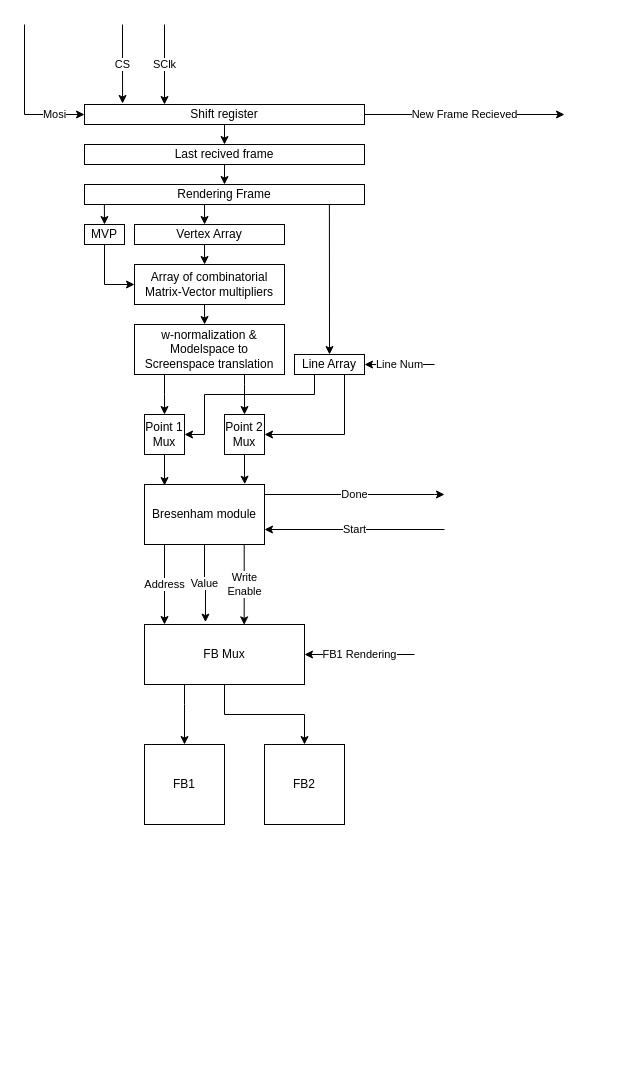
halworsen/tdt4295-grafikk keeps this draw.io diagram as fpga/Untitled Diagram.drawio. Above is the earlier version. Source tidied: cells renumbered, new cells numbered last; positions are measured from the earlier drawing's top-left corner, leaving out a move shared by most shapes. Both pictures are drawn from the tidied source at 100%, with x=0, y=0 at pixel (24, 24).
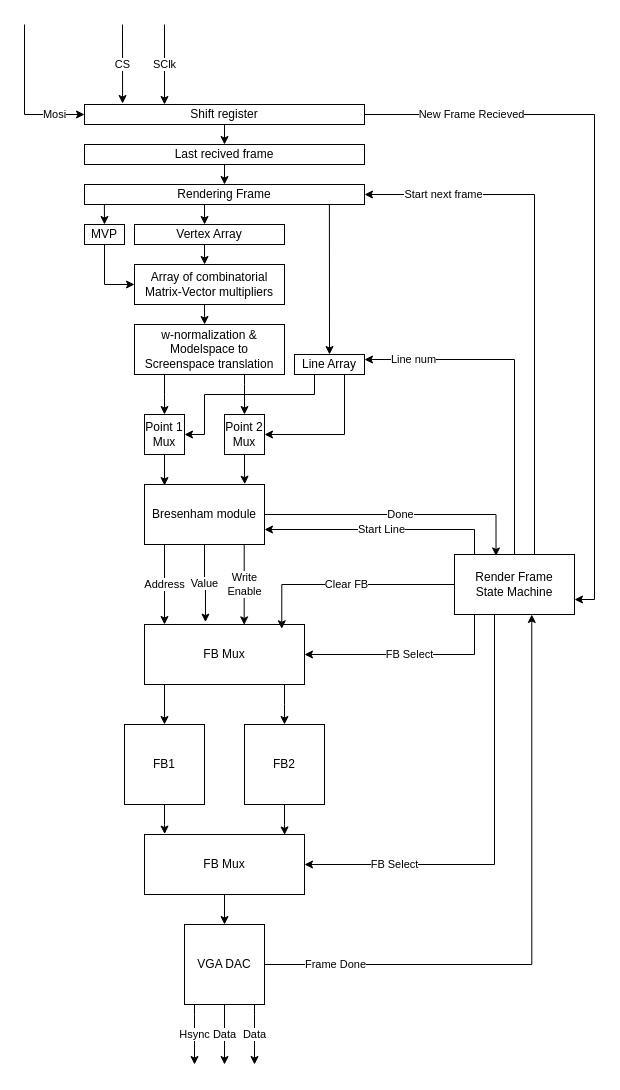
After the change.

Commit message:
First draft finished

The change refers to these unchanged cells:
```xml
<mxCell id="3" value="Shift register" style="rounded=0;whiteSpace=wrap;html=1;" parent="1" vertex="1">
  <mxGeometry x="60" y="80" width="280" height="20" as="geometry" />
</mxCell>
<mxCell id="10" value="Rendering Frame" style="rounded=0;whiteSpace=wrap;html=1;" parent="1" vertex="1">
  <mxGeometry x="60" y="160" width="280" height="20" as="geometry" />
</mxCell>
<mxCell id="16" value="Line Array" style="rounded=0;whiteSpace=wrap;html=1;" parent="1" vertex="1">
  <mxGeometry x="270" y="330" width="70" height="20" as="geometry" />
</mxCell>
<mxCell id="37" value="Bresenham module" style="rounded=0;whiteSpace=wrap;html=1;" parent="1" vertex="1">
  <mxGeometry x="120" y="460" width="120" height="60" as="geometry" />
</mxCell>
<mxCell id="40" value="FB Mux" style="rounded=0;whiteSpace=wrap;html=1;" parent="1" vertex="1">
  <mxGeometry x="120" y="600" width="160" height="60" as="geometry" />
</mxCell>
```

The edit, as a diff of the source:
```diff
@@
-    <mxCell id="2" value="&lt;div&gt;New Frame Recieved&lt;/div&gt;" style="edgeStyle=orthogonalEdgeStyle;rounded=0;jettySize=auto;html=1;" parent="1" edge="1" source="3">
-      <mxGeometry relative="1" as="geometry">
-        <mxPoint x="540" y="90" as="targetPoint" />
-      </mxGeometry>
+    <mxCell id="2" value="New Frame Recieved" style="edgeStyle=orthogonalEdgeStyle;rounded=0;jettySize=auto;html=1;entryX=1;entryY=0.75;entryDx=0;entryDy=0;" parent="1" edge="1" source="3" target="60">
+      <mxGeometry x="-0.71" relative="1" as="geometry" />
     </mxCell>
@@
-    <mxCell id="28" value="Line Num" style="endArrow=classic;html=1;rounded=0;entryX=1;entryY=0.5;entryDx=0;entryDy=0;" parent="1" edge="1" target="16">
-      <mxGeometry relative="1" as="geometry">
-        <mxPoint x="410" y="340" as="sourcePoint" />
-      </mxGeometry>
-    </mxCell>
@@
-    <mxCell id="33" value="&lt;div&gt;Done&lt;/div&gt;" style="edgeStyle=orthogonalEdgeStyle;rounded=0;jettySize=auto;html=1;" parent="1" edge="1" source="37">
-      <mxGeometry relative="1" as="geometry">
-        <mxPoint x="420" y="470" as="targetPoint" />
-        <Array as="points">
-          <mxPoint x="410" y="470" />
-        </Array>
-      </mxGeometry>
-    </mxCell>
@@
+    <mxCell id="33" value="Done" style="edgeStyle=orthogonalEdgeStyle;rounded=0;jettySize=auto;html=1;entryX=0.346;entryY=0.024;entryDx=0;entryDy=0;entryPerimeter=0;" parent="1" edge="1" source="37" target="60">
+      <mxGeometry relative="1" as="geometry" />
+    </mxCell>
@@
     <mxCell id="38" style="edgeStyle=orthogonalEdgeStyle;rounded=0;jettySize=auto;html=1;entryX=0.5;entryY=0;entryDx=0;entryDy=0;" parent="1" edge="1" source="40" target="42">
       <mxGeometry relative="1" as="geometry">
         <Array as="points">
-          <mxPoint x="160" y="680" />
-          <mxPoint x="160" y="680" />
+          <mxPoint x="140" y="700" />
+          <mxPoint x="140" y="700" />
         </Array>
       </mxGeometry>
     </mxCell>
     <mxCell id="39" style="edgeStyle=orthogonalEdgeStyle;rounded=0;jettySize=auto;html=1;entryX=0.5;entryY=0;entryDx=0;entryDy=0;" parent="1" edge="1" source="40" target="43">
       <mxGeometry relative="1" as="geometry">
         <Array as="points">
-          <mxPoint x="200" y="690" />
-          <mxPoint x="280" y="690" />
+          <mxPoint x="260" y="680" />
+          <mxPoint x="260" y="680" />
         </Array>
       </mxGeometry>
     </mxCell>
@@
-    <mxCell id="41" value="Start" style="endArrow=classic;html=1;rounded=0;entryX=1;entryY=0.75;entryDx=0;entryDy=0;" parent="1" edge="1" target="37">
-      <mxGeometry relative="1" as="geometry">
-        <mxPoint x="420" y="505" as="sourcePoint" />
-      </mxGeometry>
-    </mxCell>
+    <mxCell id="45" style="edgeStyle=orthogonalEdgeStyle;rounded=0;jettySize=auto;html=1;entryX=0.126;entryY=-0.007;entryDx=0;entryDy=0;entryPerimeter=0;" parent="1" edge="1" source="42" target="48">
+      <mxGeometry relative="1" as="geometry" />
+    </mxCell>
     <mxCell id="42" value="FB1" style="rounded=0;whiteSpace=wrap;html=1;" parent="1" vertex="1">
-      <mxGeometry x="120" y="720" width="80" height="80" as="geometry" />
+      <mxGeometry x="100" y="700" width="80" height="80" as="geometry" />
     </mxCell>
+    <mxCell id="46" style="edgeStyle=orthogonalEdgeStyle;rounded=0;jettySize=auto;html=1;entryX=0.876;entryY=0.007;entryDx=0;entryDy=0;entryPerimeter=0;" parent="1" edge="1" source="43" target="48">
+      <mxGeometry relative="1" as="geometry" />
+    </mxCell>
     <mxCell id="43" value="&lt;div&gt;FB2&lt;/div&gt;" style="rounded=0;whiteSpace=wrap;html=1;" parent="1" vertex="1">
-      <mxGeometry x="240" y="720" width="80" height="80" as="geometry" />
+      <mxGeometry x="220" y="700" width="80" height="80" as="geometry" />
     </mxCell>
-    <mxCell id="44" value="FB1 Rendering" style="endArrow=classic;html=1;rounded=0;entryX=1;entryY=0.5;entryDx=0;entryDy=0;" parent="1" edge="1" target="40">
-      <mxGeometry relative="1" as="geometry">
-        <mxPoint x="390" y="630" as="sourcePoint" />
-      </mxGeometry>
-    </mxCell>
+    <mxCell id="47" style="edgeStyle=orthogonalEdgeStyle;rounded=0;jettySize=auto;html=1;entryX=0.5;entryY=0;entryDx=0;entryDy=0;" parent="1" edge="1" source="48" target="53">
+      <mxGeometry relative="1" as="geometry" />
+    </mxCell>
+    <mxCell id="48" value="FB Mux" style="rounded=0;whiteSpace=wrap;html=1;" parent="1" vertex="1">
+      <mxGeometry x="120" y="810" width="160" height="60" as="geometry" />
+    </mxCell>
+    <mxCell id="49" value="Frame Done" style="edgeStyle=orthogonalEdgeStyle;rounded=0;jettySize=auto;html=1;entryX=0.644;entryY=1;entryDx=0;entryDy=0;entryPerimeter=0;" parent="1" edge="1" source="53" target="60">
+      <mxGeometry x="-0.77" relative="1" as="geometry" />
+    </mxCell>
+    <mxCell id="50" value="Hsync" style="edgeStyle=orthogonalEdgeStyle;rounded=0;jettySize=auto;html=1;" parent="1" edge="1" source="53">
+      <mxGeometry relative="1" as="geometry">
+        <mxPoint x="170" y="1040" as="targetPoint" />
+        <Array as="points">
+          <mxPoint x="170" y="990" />
+          <mxPoint x="170" y="990" />
+        </Array>
+      </mxGeometry>
+    </mxCell>
+    <mxCell id="51" value="Data" style="edgeStyle=orthogonalEdgeStyle;rounded=0;jettySize=auto;html=1;" parent="1" edge="1" source="53">
+      <mxGeometry relative="1" as="geometry">
+        <mxPoint x="200" y="1040" as="targetPoint" />
+      </mxGeometry>
+    </mxCell>
+    <mxCell id="52" value="Data" style="edgeStyle=orthogonalEdgeStyle;rounded=0;jettySize=auto;html=1;" parent="1" edge="1" source="53">
+      <mxGeometry relative="1" as="geometry">
+        <mxPoint x="230" y="1040" as="targetPoint" />
+        <Array as="points">
+          <mxPoint x="230" y="990" />
+          <mxPoint x="230" y="990" />
+        </Array>
+      </mxGeometry>
+    </mxCell>
+    <mxCell id="53" value="VGA DAC" style="whiteSpace=wrap;html=1;" parent="1" vertex="1">
+      <mxGeometry x="160" y="900" width="80" height="80" as="geometry" />
+    </mxCell>
+    <mxCell id="54" value="Clear FB" style="edgeStyle=orthogonalEdgeStyle;rounded=0;jettySize=auto;html=1;entryX=0.858;entryY=0.071;entryDx=0;entryDy=0;entryPerimeter=0;" parent="1" edge="1" source="60" target="40">
+      <mxGeometry relative="1" as="geometry" />
+    </mxCell>
+    <mxCell id="55" value="Start Line" style="edgeStyle=orthogonalEdgeStyle;rounded=0;jettySize=auto;html=1;entryX=1;entryY=0.75;entryDx=0;entryDy=0;" parent="1" edge="1" source="60" target="37">
+      <mxGeometry relative="1" as="geometry">
+        <Array as="points">
+          <mxPoint x="450" y="505" />
+        </Array>
+      </mxGeometry>
+    </mxCell>
+    <mxCell id="56" value="Line num" style="edgeStyle=orthogonalEdgeStyle;rounded=0;jettySize=auto;html=1;entryX=1;entryY=0.25;entryDx=0;entryDy=0;" parent="1" edge="1" source="60" target="16">
+      <mxGeometry x="0.71" relative="1" as="geometry">
+        <Array as="points">
+          <mxPoint x="490" y="335" />
+        </Array>
+        <mxPoint x="-1" as="offset" />
+      </mxGeometry>
+    </mxCell>
+    <mxCell id="57" value="Start next frame" style="edgeStyle=orthogonalEdgeStyle;rounded=0;jettySize=auto;html=1;entryX=1;entryY=0.5;entryDx=0;entryDy=0;" parent="1" edge="1" source="60" target="10">
+      <mxGeometry x="0.7" relative="1" as="geometry">
+        <Array as="points">
+          <mxPoint x="510" y="170" />
+        </Array>
+      </mxGeometry>
+    </mxCell>
+    <mxCell id="58" value="&lt;div&gt;FB Select&lt;/div&gt;" style="edgeStyle=orthogonalEdgeStyle;rounded=0;jettySize=auto;html=1;entryX=1;entryY=0.5;entryDx=0;entryDy=0;" parent="1" edge="1" source="60" target="40">
+      <mxGeometry relative="1" as="geometry">
+        <Array as="points">
+          <mxPoint x="450" y="630" />
+        </Array>
+      </mxGeometry>
+    </mxCell>
+    <mxCell id="59" value="&lt;div&gt;FB Select&lt;/div&gt;" style="edgeStyle=orthogonalEdgeStyle;rounded=0;jettySize=auto;html=1;entryX=1;entryY=0.5;entryDx=0;entryDy=0;" parent="1" edge="1" source="60" target="48">
+      <mxGeometry x="0.59" relative="1" as="geometry">
+        <Array as="points">
+          <mxPoint x="470" y="840" />
+        </Array>
+      </mxGeometry>
+    </mxCell>
+    <mxCell id="60" value="&lt;div&gt;Render Frame&lt;/div&gt;&lt;div&gt; State Machine&lt;/div&gt;" style="rounded=0;whiteSpace=wrap;html=1;" parent="1" vertex="1">
+      <mxGeometry x="430" y="530" width="120" height="60" as="geometry" />
+    </mxCell>
```
